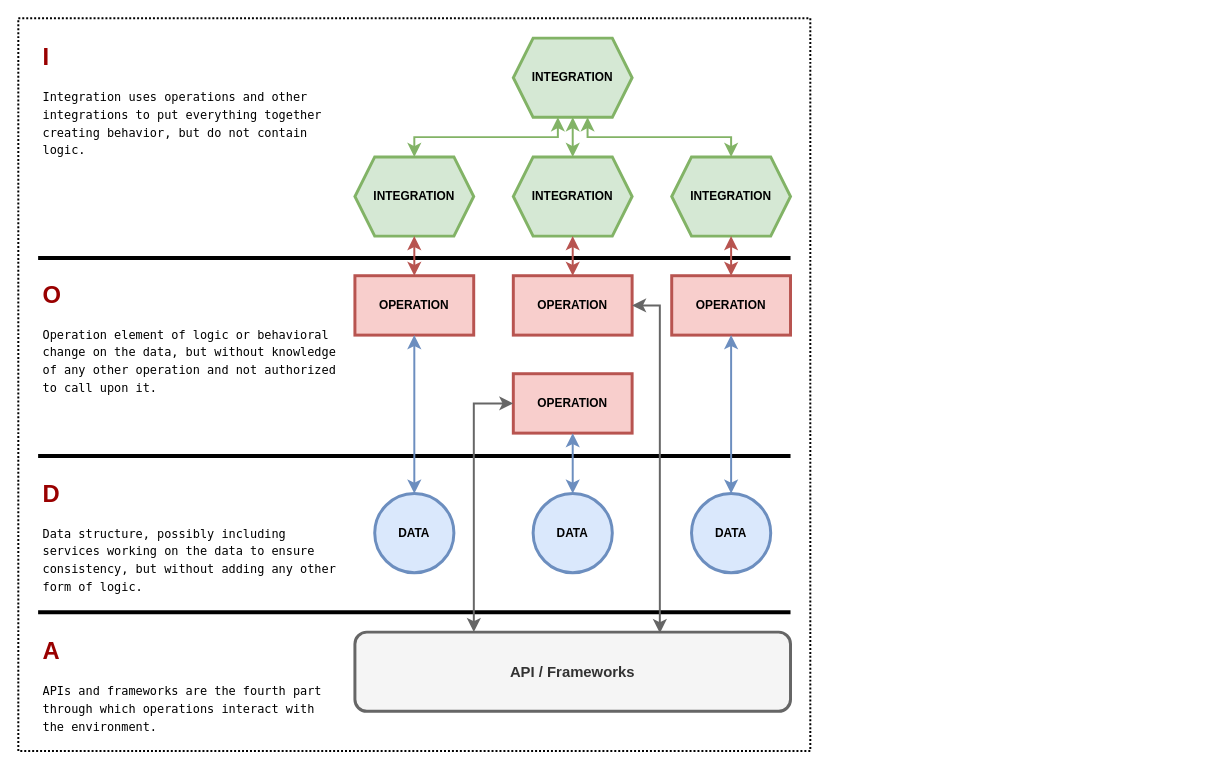
Earlier version of the draw.io diagram page "IODA Principes" (2 of 2) of doc/asserts/ioda3d.drawio (rdemers/org_framework_ioda3d). Source tidied: cells renumbered, new cells numbered last; positions are measured from the earlier drawing's top-left corner, leaving out a move shared by most shapes. Both pictures are drawn from the tidied source at 99%, with x=0, y=0 at pixel (18, 18).
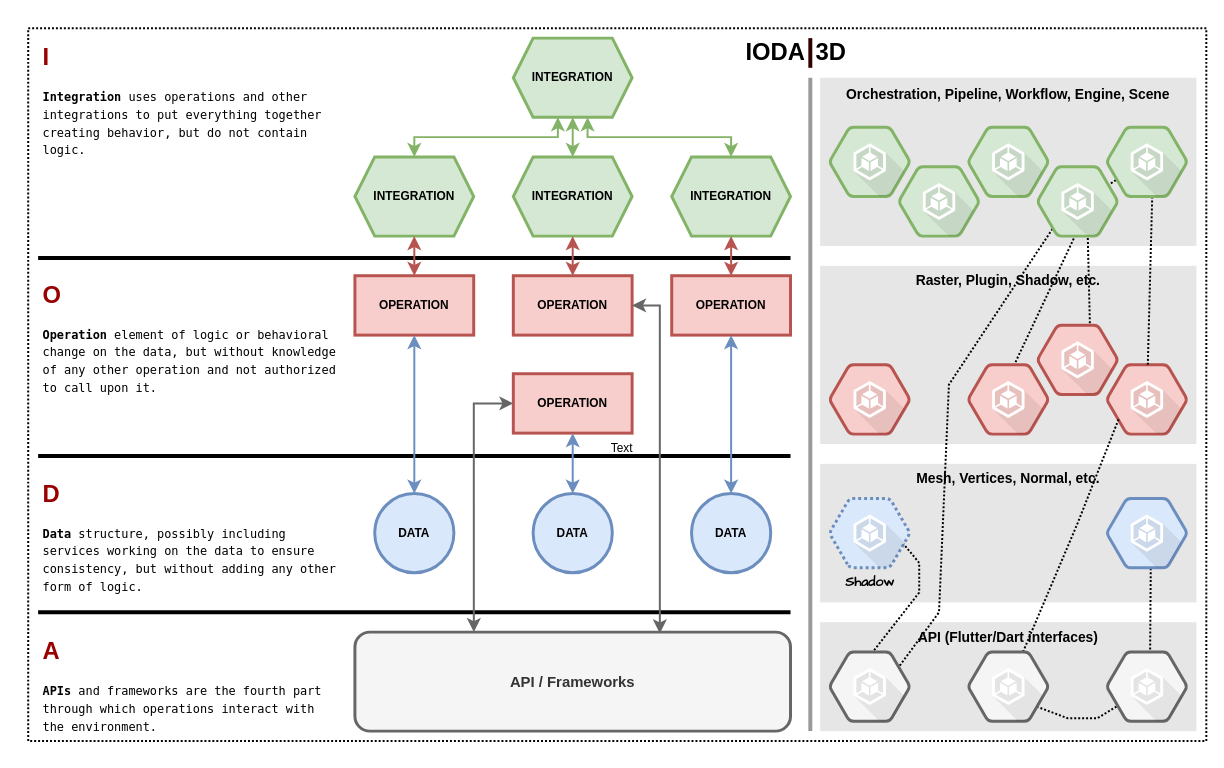
The same diagram, later.

The edit, as a diff of the source:
```diff
@@
     <mxCell id="2" style="rounded=0;whiteSpace=wrap;html=1;dashed=1;dashPattern=1 1;fillColor=none;strokeWidth=2;" parent="1" vertex="1">
-      <mxGeometry width="800" height="740" as="geometry" />
+      <mxGeometry x="10" y="10" width="1190" height="720" as="geometry" />
     </mxCell>
+    <mxCell id="33" value="API (Flutter/Dart interfaces)" style="text;html=1;strokeColor=none;fillColor=#E6E6E6;align=center;verticalAlign=top;whiteSpace=wrap;rounded=0;strokeWidth=1;fontSize=14;fontStyle=1;" parent="1" vertex="1">
+      <mxGeometry x="810" y="610" width="380" height="110" as="geometry" />
+    </mxCell>
+    <mxCell id="34" value="Mesh, Vertices, Normal, etc." style="text;html=1;strokeColor=none;fillColor=#E6E6E6;align=center;verticalAlign=top;whiteSpace=wrap;rounded=0;strokeWidth=1;fontSize=14;fontStyle=1;" parent="1" vertex="1">
+      <mxGeometry x="810" y="450" width="380" height="140" as="geometry" />
+    </mxCell>
+    <mxCell id="35" value="Raster, Plugin, Shadow, etc." style="text;html=1;strokeColor=none;fillColor=#E6E6E6;align=center;verticalAlign=top;whiteSpace=wrap;rounded=0;strokeWidth=1;fontSize=14;fontStyle=1;" parent="1" vertex="1">
+      <mxGeometry x="810" y="250" width="380" height="180" as="geometry" />
+    </mxCell>
+    <mxCell id="36" value="&lt;font style=&quot;font-size: 14px;&quot;&gt;Orchestration, Pipeline, Workflow, Engine, Scene&lt;/font&gt;" style="text;html=1;strokeColor=none;fillColor=#E6E6E6;align=center;verticalAlign=top;whiteSpace=wrap;rounded=0;strokeWidth=1;fontSize=16;fontStyle=1;" parent="1" vertex="1">
+      <mxGeometry x="810" y="60" width="380" height="170" as="geometry" />
+    </mxCell>
@@
     <mxCell id="6" value="API / Frameworks" style="rounded=1;whiteSpace=wrap;html=1;fillColor=#f5f5f5;fontColor=#333333;strokeColor=#666666;fontStyle=1;fontSize=15;strokeWidth=3;" parent="1" vertex="1">
-      <mxGeometry x="340" y="620" width="440" height="80" as="geometry" />
+      <mxGeometry x="340" y="620" width="440" height="100" as="geometry" />
     </mxCell>
@@
-    <mxCell id="14" value="&lt;h1&gt;&lt;span style=&quot;background-color: initial;&quot;&gt;&lt;font color=&quot;#990000&quot;&gt;I&lt;/font&gt;&lt;/span&gt;&lt;/h1&gt;&lt;h1&gt;&lt;div style=&quot;background-color: rgb(255, 255, 255); font-family: Menlo, Monaco, &amp;quot;Courier New&amp;quot;, monospace; font-weight: normal; font-size: 12px; line-height: 18px;&quot;&gt;Integration uses operations and other integrations to put everything together creating behavior, but do not contain logic.&lt;/div&gt;&lt;/h1&gt;" style="text;html=1;strokeColor=none;fillColor=none;spacing=5;spacingTop=-20;whiteSpace=wrap;overflow=hidden;rounded=0;" parent="1" vertex="1">
+    <mxCell id="14" value="&lt;h1&gt;&lt;span style=&quot;background-color: initial;&quot;&gt;&lt;font color=&quot;#990000&quot;&gt;I&lt;/font&gt;&lt;/span&gt;&lt;/h1&gt;&lt;h1&gt;&lt;div style=&quot;background-color: rgb(255, 255, 255); font-family: Menlo, Monaco, &amp;quot;Courier New&amp;quot;, monospace; font-size: 12px; line-height: 18px;&quot;&gt;Integration&lt;span style=&quot;font-weight: normal;&quot;&gt; uses operations and other integrations to put everything together creating behavior, but do not contain logic.&lt;/span&gt;&lt;/div&gt;&lt;/h1&gt;" style="text;html=1;strokeColor=none;fillColor=none;spacing=5;spacingTop=-20;whiteSpace=wrap;overflow=hidden;rounded=0;" parent="1" vertex="1">
       <mxGeometry x="20" y="20" width="310" height="130" as="geometry" />
     </mxCell>
@@
-    <mxCell id="17" value="&lt;h1&gt;&lt;font color=&quot;#990000&quot;&gt;O&lt;/font&gt;&lt;/h1&gt;&lt;h1&gt;&lt;div style=&quot;background-color: rgb(255, 255, 255); font-family: Menlo, Monaco, &amp;quot;Courier New&amp;quot;, monospace; font-weight: normal; font-size: 12px; line-height: 18px;&quot;&gt;Operation element of logic or behavioral change on the data, but without knowledge of any other operation and not authorized to call upon it.&lt;/div&gt;&lt;/h1&gt;" style="text;html=1;strokeColor=none;fillColor=none;spacing=5;spacingTop=-20;whiteSpace=wrap;overflow=hidden;rounded=0;" parent="1" vertex="1">
+    <mxCell id="17" value="&lt;h1&gt;&lt;font color=&quot;#990000&quot;&gt;O&lt;/font&gt;&lt;/h1&gt;&lt;h1&gt;&lt;div style=&quot;background-color: rgb(255, 255, 255); font-family: Menlo, Monaco, &amp;quot;Courier New&amp;quot;, monospace; font-size: 12px; line-height: 18px;&quot;&gt;Operation&lt;span style=&quot;font-weight: normal;&quot;&gt; element of logic or behavioral change on the data, but without knowledge of any other operation and not authorized to call upon it.&lt;/span&gt;&lt;/div&gt;&lt;/h1&gt;" style="text;html=1;strokeColor=none;fillColor=none;spacing=5;spacingTop=-20;whiteSpace=wrap;overflow=hidden;rounded=0;" parent="1" vertex="1">
       <mxGeometry x="20" y="260" width="310" height="130" as="geometry" />
     </mxCell>
@@
-    <mxCell id="25" value="&lt;h1&gt;&lt;font color=&quot;#990000&quot;&gt;D&lt;/font&gt;&lt;/h1&gt;&lt;h1&gt;&lt;div style=&quot;background-color: rgb(255, 255, 255); font-family: Menlo, Monaco, &amp;quot;Courier New&amp;quot;, monospace; font-weight: normal; font-size: 12px; line-height: 18px;&quot;&gt;&lt;div style=&quot;line-height: 18px;&quot;&gt;Data structure, possibly including services working on the data to ensure consistency, but without adding any other form of logic.&lt;/div&gt;&lt;/div&gt;&lt;/h1&gt;" style="text;html=1;strokeColor=none;fillColor=none;spacing=5;spacingTop=-20;whiteSpace=wrap;overflow=hidden;rounded=0;" parent="1" vertex="1">
+    <mxCell id="25" value="&lt;h1&gt;&lt;font color=&quot;#990000&quot;&gt;D&lt;/font&gt;&lt;/h1&gt;&lt;h1&gt;&lt;div style=&quot;background-color: rgb(255, 255, 255); font-family: Menlo, Monaco, &amp;quot;Courier New&amp;quot;, monospace; font-size: 12px; line-height: 18px;&quot;&gt;&lt;div style=&quot;line-height: 18px;&quot;&gt;Data&lt;span style=&quot;font-weight: normal;&quot;&gt; structure, possibly including services working on the data to ensure consistency, but without adding any other form of logic.&lt;/span&gt;&lt;/div&gt;&lt;/div&gt;&lt;/h1&gt;" style="text;html=1;strokeColor=none;fillColor=none;spacing=5;spacingTop=-20;whiteSpace=wrap;overflow=hidden;rounded=0;" parent="1" vertex="1">
       <mxGeometry x="20" y="461" width="310" height="130" as="geometry" />
     </mxCell>
@@
-    <mxCell id="30" value="&lt;h1&gt;&lt;font color=&quot;#990000&quot;&gt;A&lt;/font&gt;&lt;/h1&gt;&lt;h1&gt;&lt;div style=&quot;background-color: rgb(255, 255, 255); font-family: Menlo, Monaco, &amp;quot;Courier New&amp;quot;, monospace; font-weight: normal; font-size: 12px; line-height: 18px;&quot;&gt;&lt;div style=&quot;line-height: 18px;&quot;&gt;&lt;div style=&quot;line-height: 18px;&quot;&gt;APIs and frameworks are the fourth part through which operations interact with the environment.&lt;/div&gt;&lt;/div&gt;&lt;/div&gt;&lt;/h1&gt;" style="text;html=1;strokeColor=none;fillColor=none;spacing=5;spacingTop=-20;whiteSpace=wrap;overflow=hidden;rounded=0;" parent="1" vertex="1">
+    <mxCell id="30" value="&lt;h1&gt;&lt;font color=&quot;#990000&quot;&gt;A&lt;/font&gt;&lt;/h1&gt;&lt;h1&gt;&lt;div style=&quot;background-color: rgb(255, 255, 255); font-family: Menlo, Monaco, &amp;quot;Courier New&amp;quot;, monospace; font-size: 12px; line-height: 18px;&quot;&gt;&lt;div style=&quot;line-height: 18px;&quot;&gt;&lt;div style=&quot;line-height: 18px;&quot;&gt;APIs&lt;span style=&quot;font-weight: normal;&quot;&gt; and frameworks are the fourth part through which operations interact with the environment.&lt;/span&gt;&lt;/div&gt;&lt;/div&gt;&lt;/div&gt;&lt;/h1&gt;" style="text;html=1;strokeColor=none;fillColor=none;spacing=5;spacingTop=-20;whiteSpace=wrap;overflow=hidden;rounded=0;" parent="1" vertex="1">
       <mxGeometry x="20" y="620" width="310" height="110" as="geometry" />
     </mxCell>
@@
+    <mxCell id="37" style="verticalLabelPosition=bottom;shadow=0;dashed=0;align=center;html=1;verticalAlign=top;strokeWidth=4;shape=mxgraph.mockup.markup.line;strokeColor=#999999;direction=north;" parent="1" vertex="1">
+      <mxGeometry x="790" y="60" width="20" height="660" as="geometry" />
+    </mxCell>
+    <mxCell id="38" value="Text" style="text;html=1;strokeColor=none;fillColor=none;align=center;verticalAlign=middle;whiteSpace=wrap;rounded=0;" parent="1" vertex="1">
+      <mxGeometry x="580" y="420" width="60" height="30" as="geometry" />
+    </mxCell>
+    <mxCell id="39" value="IODA" style="text;html=1;strokeColor=none;fillColor=none;align=center;verticalAlign=middle;whiteSpace=wrap;rounded=0;strokeWidth=1;fontSize=24;fontStyle=1;" parent="1" vertex="1">
+      <mxGeometry x="730" y="20" width="70" height="30" as="geometry" />
+    </mxCell>
+    <mxCell id="40" value="3D" style="text;html=1;strokeColor=none;fillColor=none;align=center;verticalAlign=middle;whiteSpace=wrap;rounded=0;strokeWidth=1;fontSize=24;fontStyle=1;" parent="1" vertex="1">
+      <mxGeometry x="801" y="20" width="40" height="30" as="geometry" />
+    </mxCell>
+    <mxCell id="41" style="verticalLabelPosition=bottom;shadow=0;dashed=0;align=center;html=1;verticalAlign=top;strokeWidth=4;shape=mxgraph.mockup.markup.line;strokeColor=#330000;direction=north;" parent="1" vertex="1">
+      <mxGeometry x="790" y="20" width="20" height="30" as="geometry" />
+    </mxCell>
+    <mxCell id="42" style="shape=mxgraph.gcp.compute.container_engine;html=1;fillColor=#d5e8d4;verticalLabelPosition=bottom;verticalAlign=top;align=center;strokeColor=#82b366;strokeWidth=3;fontStyle=1;fontFamily=Comic Sans MS;fontSize=14;" parent="1" vertex="1">
+      <mxGeometry x="820" y="110" width="80" height="70" as="geometry" />
+    </mxCell>
+    <mxCell id="43" style="shape=mxgraph.gcp.compute.container_engine;html=1;fillColor=#d5e8d4;verticalLabelPosition=bottom;verticalAlign=top;align=center;strokeColor=#82b366;strokeWidth=3;fontStyle=1;fontFamily=Comic Sans MS;fontSize=14;" parent="1" vertex="1">
+      <mxGeometry x="960" y="110" width="80" height="70" as="geometry" />
+    </mxCell>
+    <mxCell id="44" style="shape=mxgraph.gcp.compute.container_engine;html=1;fillColor=#f8cecc;verticalLabelPosition=bottom;verticalAlign=top;align=center;strokeColor=#b85450;strokeWidth=3;fontStyle=1;fontFamily=Comic Sans MS;fontSize=14;" parent="1" vertex="1">
+      <mxGeometry x="1100" y="350" width="80" height="70" as="geometry" />
+    </mxCell>
+    <mxCell id="45" style="endArrow=none;html=1;rounded=0;exitX=0.588;exitY=0.493;exitDx=0;exitDy=0;exitPerimeter=0;dashed=1;dashPattern=1 1;strokeWidth=2;entryX=0.125;entryY=0.75;entryDx=0;entryDy=0;entryPerimeter=0;" parent="1" edge="1" source="62" target="64">
+      <mxGeometry relative="1" as="geometry" />
+    </mxCell>
+    <mxCell id="46" style="shape=mxgraph.gcp.compute.container_engine;html=1;fillColor=#d5e8d4;verticalLabelPosition=bottom;verticalAlign=top;align=center;strokeColor=#82b366;strokeWidth=3;fontStyle=1;fontFamily=Comic Sans MS;fontSize=14;" parent="1" vertex="1">
+      <mxGeometry x="890" y="150" width="80" height="70" as="geometry" />
+    </mxCell>
+    <mxCell id="47" style="endArrow=none;html=1;rounded=0;exitX=0.85;exitY=0.243;exitDx=0;exitDy=0;exitPerimeter=0;dashed=1;dashPattern=1 1;strokeWidth=2;entryX=0.388;entryY=0.543;entryDx=0;entryDy=0;entryPerimeter=0;" parent="1" edge="1" source="53" target="62">
+      <mxGeometry relative="1" as="geometry">
+        <Array as="points">
+          <mxPoint x="930" y="600" />
+          <mxPoint x="940" y="370" />
+        </Array>
+      </mxGeometry>
+    </mxCell>
+    <mxCell id="48" style="endArrow=none;html=1;rounded=0;dashed=1;dashPattern=1 1;strokeWidth=2;entryX=0.15;entryY=0.764;entryDx=0;entryDy=0;entryPerimeter=0;" parent="1" edge="1" source="56" target="44">
+      <mxGeometry relative="1" as="geometry">
+        <Array as="points">
+          <mxPoint x="1070" y="510" />
+        </Array>
+      </mxGeometry>
+    </mxCell>
+    <mxCell id="49" style="endArrow=none;html=1;rounded=0;dashed=1;dashPattern=1 1;strokeWidth=2;entryX=0.55;entryY=0.75;entryDx=0;entryDy=0;entryPerimeter=0;exitX=0.538;exitY=0.421;exitDx=0;exitDy=0;exitPerimeter=0;" parent="1" edge="1" source="55" target="50">
+      <mxGeometry relative="1" as="geometry" />
+    </mxCell>
+    <mxCell id="50" style="shape=mxgraph.gcp.compute.container_engine;html=1;fillColor=#dae8fc;verticalLabelPosition=bottom;verticalAlign=top;align=center;strokeColor=#6c8ebf;strokeWidth=3;fontStyle=1;fontFamily=Comic Sans MS;fontSize=14;" parent="1" vertex="1">
+      <mxGeometry x="1100" y="485" width="80" height="70" as="geometry" />
+    </mxCell>
+    <mxCell id="51" style="endArrow=none;html=1;rounded=0;exitX=0.525;exitY=0.021;exitDx=0;exitDy=0;exitPerimeter=0;dashed=1;dashPattern=1 1;strokeWidth=2;entryX=0.775;entryY=0.45;entryDx=0;entryDy=0;entryPerimeter=0;" parent="1" edge="1" source="53" target="52">
+      <mxGeometry relative="1" as="geometry">
+        <Array as="points">
+          <mxPoint x="910" y="580" />
+          <mxPoint x="910" y="550" />
+        </Array>
+      </mxGeometry>
+    </mxCell>
+    <mxCell id="52" value="Shadow" style="shape=mxgraph.gcp.compute.container_engine;html=1;fillColor=#dae8fc;verticalLabelPosition=bottom;verticalAlign=top;align=center;strokeColor=#6c8ebf;strokeWidth=3;fontStyle=1;fontFamily=Comic Sans MS;fontSize=14;dashed=1;dashPattern=1 1;" parent="1" vertex="1">
+      <mxGeometry x="820" y="485" width="80" height="70" as="geometry" />
+    </mxCell>
+    <mxCell id="53" style="shape=mxgraph.gcp.compute.container_engine;html=1;fillColor=#f5f5f5;verticalLabelPosition=bottom;verticalAlign=top;align=center;strokeColor=#666666;strokeWidth=3;fontStyle=1;fontFamily=Comic Sans MS;fontSize=14;fontColor=#333333;" parent="1" vertex="1">
+      <mxGeometry x="820" y="640" width="80" height="70" as="geometry" />
+    </mxCell>
+    <mxCell id="54" style="endArrow=none;html=1;rounded=0;dashed=1;dashPattern=1 1;strokeWidth=2;entryX=0.363;entryY=0.614;entryDx=0;entryDy=0;entryPerimeter=0;fontStyle=1;exitX=0.25;exitY=0.529;exitDx=0;exitDy=0;exitPerimeter=0;" parent="1" edge="1" source="56" target="55">
+      <mxGeometry relative="1" as="geometry">
+        <Array as="points">
+          <mxPoint x="1060" y="707" />
+          <mxPoint x="1090" y="707" />
+        </Array>
+      </mxGeometry>
+    </mxCell>
+    <mxCell id="55" style="shape=mxgraph.gcp.compute.container_engine;html=1;fillColor=#f5f5f5;verticalLabelPosition=bottom;verticalAlign=top;align=center;strokeColor=#666666;strokeWidth=3;fontStyle=1;fontFamily=Comic Sans MS;fontSize=14;fontColor=#333333;" parent="1" vertex="1">
+      <mxGeometry x="1100" y="640" width="80" height="70" as="geometry" />
+    </mxCell>
+    <mxCell id="56" style="shape=mxgraph.gcp.compute.container_engine;html=1;fillColor=#f5f5f5;verticalLabelPosition=bottom;verticalAlign=top;align=center;strokeColor=#666666;strokeWidth=3;fontStyle=1;fontFamily=Comic Sans MS;fontSize=14;fontColor=#333333;" parent="1" vertex="1">
+      <mxGeometry x="960" y="640" width="80" height="70" as="geometry" />
+    </mxCell>
+    <mxCell id="57" style="shape=mxgraph.gcp.compute.container_engine;html=1;fillColor=#f8cecc;verticalLabelPosition=bottom;verticalAlign=top;align=center;strokeColor=#b85450;strokeWidth=3;fontStyle=1;fontFamily=Comic Sans MS;fontSize=14;" parent="1" vertex="1">
+      <mxGeometry x="820" y="350" width="80" height="70" as="geometry" />
+    </mxCell>
+    <mxCell id="58" style="endArrow=none;html=1;rounded=0;dashed=1;dashPattern=1 1;strokeWidth=2;entryX=0.513;entryY=0.886;entryDx=0;entryDy=0;entryPerimeter=0;exitX=0.463;exitY=0.271;exitDx=0;exitDy=0;exitPerimeter=0;" parent="1" edge="1" source="59" target="62">
+      <mxGeometry relative="1" as="geometry" />
+    </mxCell>
+    <mxCell id="59" style="shape=mxgraph.gcp.compute.container_engine;html=1;fillColor=#f8cecc;verticalLabelPosition=bottom;verticalAlign=top;align=center;strokeColor=#b85450;strokeWidth=3;fontStyle=1;fontFamily=Comic Sans MS;fontSize=14;" parent="1" vertex="1">
+      <mxGeometry x="960" y="350" width="80" height="70" as="geometry" />
+    </mxCell>
+    <mxCell id="60" style="endArrow=none;html=1;rounded=0;dashed=1;dashPattern=1 1;strokeWidth=2;entryX=0.625;entryY=0.857;entryDx=0;entryDy=0;entryPerimeter=0;exitX=0.663;exitY=0.371;exitDx=0;exitDy=0;exitPerimeter=0;" parent="1" edge="1" source="61" target="62">
+      <mxGeometry relative="1" as="geometry" />
+    </mxCell>
+    <mxCell id="61" style="shape=mxgraph.gcp.compute.container_engine;html=1;fillColor=#f8cecc;verticalLabelPosition=bottom;verticalAlign=top;align=center;strokeColor=#b85450;strokeWidth=3;fontStyle=1;fontFamily=Comic Sans MS;fontSize=14;" parent="1" vertex="1">
+      <mxGeometry x="1030" y="310" width="80" height="70" as="geometry" />
+    </mxCell>
+    <mxCell id="62" style="shape=mxgraph.gcp.compute.container_engine;html=1;fillColor=#d5e8d4;verticalLabelPosition=bottom;verticalAlign=top;align=center;strokeColor=#82b366;strokeWidth=3;fontStyle=1;fontFamily=Comic Sans MS;fontSize=14;" parent="1" vertex="1">
+      <mxGeometry x="1030" y="150" width="80" height="70" as="geometry" />
+    </mxCell>
+    <mxCell id="63" style="endArrow=none;html=1;rounded=0;dashed=1;dashPattern=1 1;strokeWidth=2;entryX=0.575;entryY=0.643;entryDx=0;entryDy=0;entryPerimeter=0;" parent="1" edge="1" source="44" target="64">
+      <mxGeometry relative="1" as="geometry" />
+    </mxCell>
+    <mxCell id="64" style="shape=mxgraph.gcp.compute.container_engine;html=1;fillColor=#d5e8d4;verticalLabelPosition=bottom;verticalAlign=top;align=center;strokeColor=#82b366;strokeWidth=3;fontStyle=1;fontFamily=Comic Sans MS;fontSize=14;" parent="1" vertex="1">
+      <mxGeometry x="1100" y="110" width="80" height="70" as="geometry" />
+    </mxCell>
```
